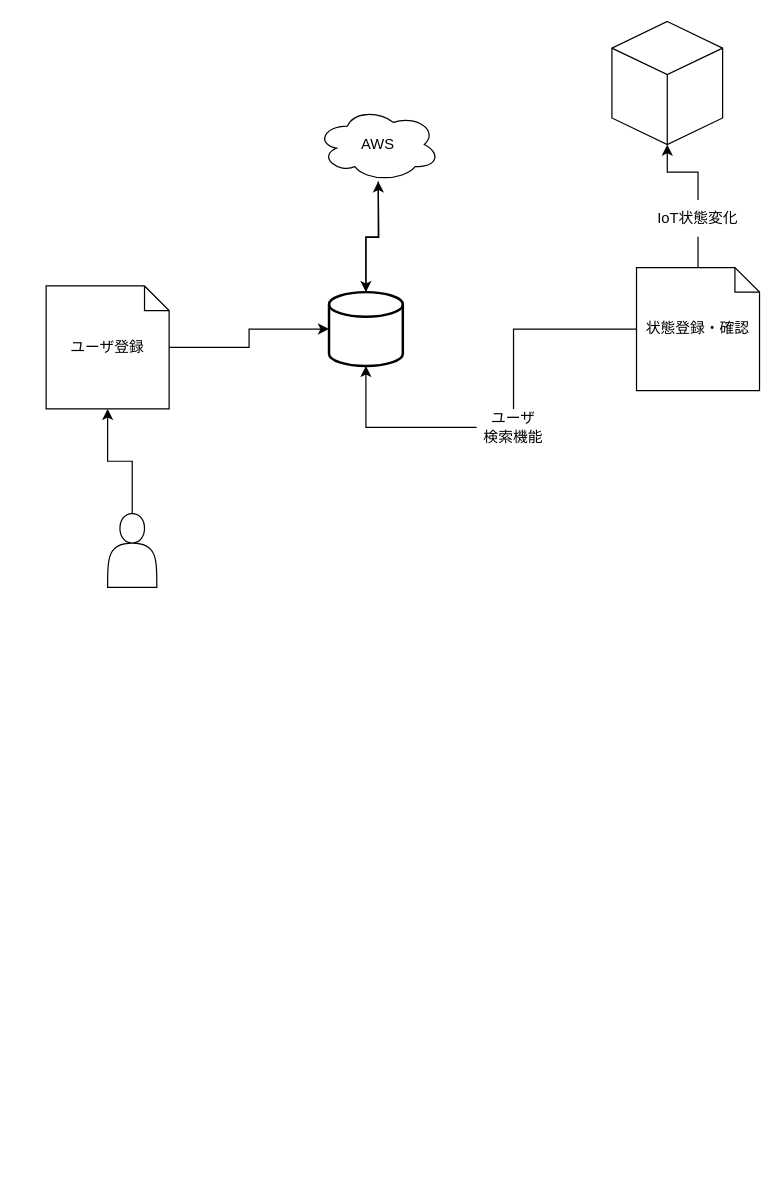
Earlier version of the draw.io diagram page "画面設計" (2 of 3) of 画面設計.drawio (ringohoka/AnnounceSituation). Source tidied: cells renumbered, new cells numbered last; positions are measured from the earlier drawing's top-left corner, leaving out a move shared by most shapes. Both pictures are drawn from the tidied source at 123%, with x=0, y=0 at pixel (46, 21).
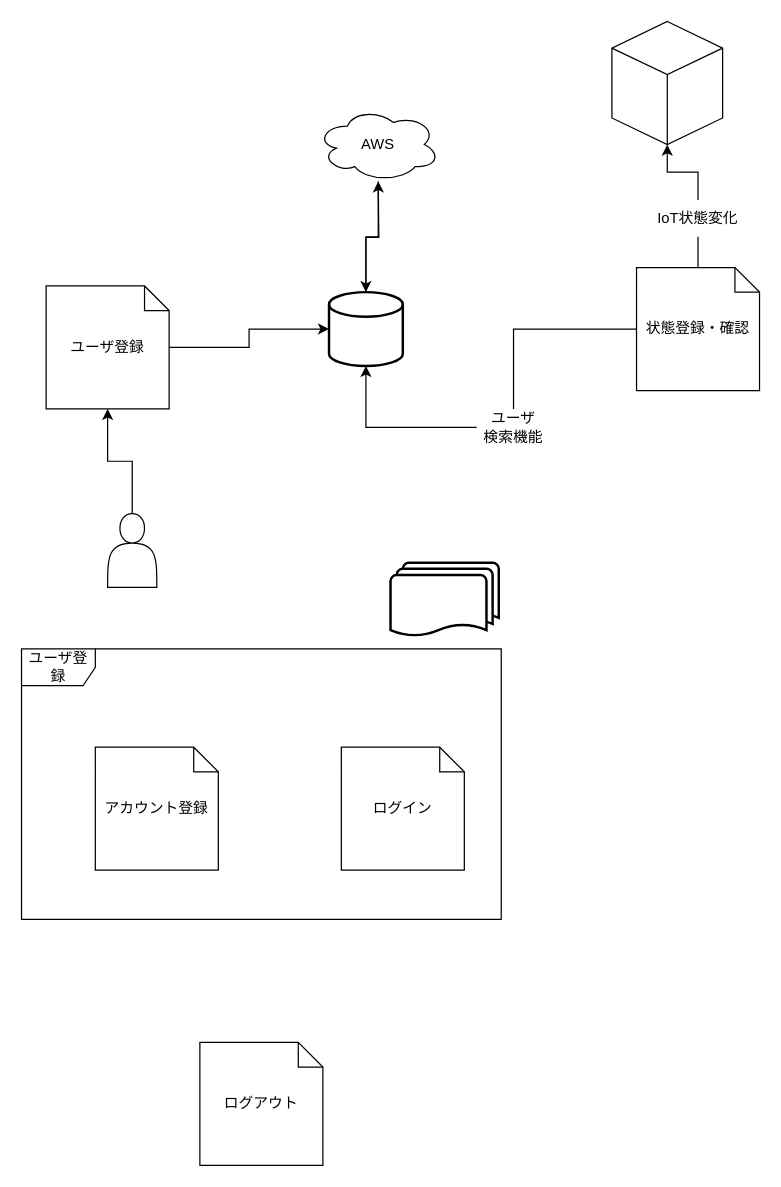
Above is the later version.

Commit message:
画面設計.drawio を更新します

The edit, as a diff of the source:
```diff
@@
+    <mxCell id="18" value="ログアウト" style="shape=note;size=20;whiteSpace=wrap;html=1;" parent="1" vertex="1">
+      <mxGeometry x="125" y="830" width="100" height="100" as="geometry" />
+    </mxCell>
+    <mxCell id="19" value="アカウント登録" style="shape=note;size=20;whiteSpace=wrap;html=1;" parent="1" vertex="1">
+      <mxGeometry x="40" y="590" width="100" height="100" as="geometry" />
+    </mxCell>
+    <mxCell id="20" value="ログイン" style="shape=note;size=20;whiteSpace=wrap;html=1;" parent="1" vertex="1">
+      <mxGeometry x="240" y="590" width="100" height="100" as="geometry" />
+    </mxCell>
+    <mxCell id="21" style="strokeWidth=2;html=1;shape=mxgraph.flowchart.multi-document;whiteSpace=wrap;" parent="1" vertex="1">
+      <mxGeometry x="280" y="440" width="88" height="60" as="geometry" />
+    </mxCell>
+    <mxCell id="22" value="ユーザ登録" style="shape=umlFrame;whiteSpace=wrap;html=1;" parent="1" vertex="1">
+      <mxGeometry x="-20" y="510" width="390" height="220" as="geometry" />
+    </mxCell>
```
